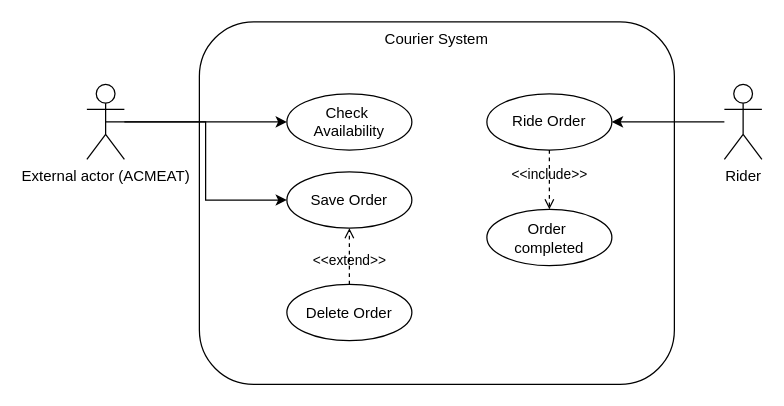
The draw.io diagram couriers/docs/UseCaseDiagram.drawio in romanellas24/ASMProject, before the edit. Source tidied: cells renumbered, new cells numbered last; positions are measured from the earlier drawing's top-left corner, leaving out a move shared by most shapes. Both pictures are drawn from the tidied source at 125%, with x=0, y=0 at pixel (86, 21).
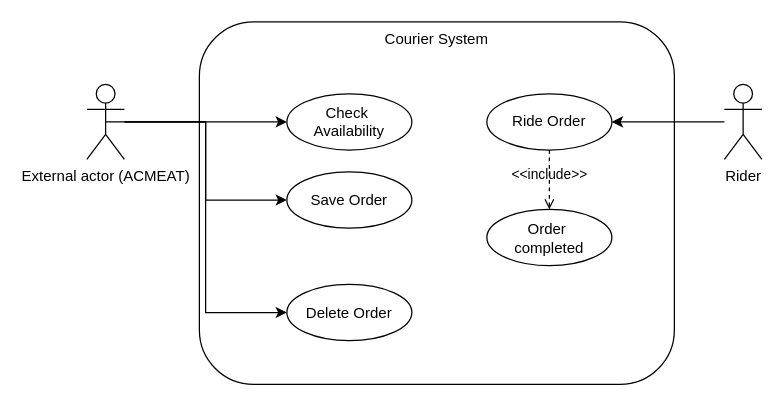
Above is the later version.

Change to the diagram source:
```diff
@@
 <mxGraphModel>
   <root>
     <mxCell id="0" />
     <mxCell id="1" parent="0" />
     <mxCell id="2" value="Courier System" style="rounded=1;whiteSpace=wrap;html=1;verticalAlign=top;" parent="1" vertex="1">
       <mxGeometry x="90" width="380" height="290" as="geometry" />
     </mxCell>
     <mxCell id="3" style="edgeStyle=orthogonalEdgeStyle;rounded=0;jettySize=auto;html=1;" parent="1" edge="1" source="5" target="6">
       <mxGeometry relative="1" as="geometry" />
     </mxCell>
     <mxCell id="4" style="edgeStyle=orthogonalEdgeStyle;rounded=0;jettySize=auto;html=1;exitX=0.5;exitY=0.5;exitDx=0;exitDy=0;exitPerimeter=0;entryX=0;entryY=0.5;entryDx=0;entryDy=0;" parent="1" edge="1" source="5" target="9">
       <mxGeometry relative="1" as="geometry" />
     </mxCell>
+    <mxCell id="15" style="edgeStyle=orthogonalEdgeStyle;rounded=0;jettySize=auto;html=1;entryX=0;entryY=0.5;entryDx=0;entryDy=0;" parent="1" edge="1" source="5" target="11">
+      <mxGeometry relative="1" as="geometry" />
+    </mxCell>
     <mxCell id="5" value="External actor (ACMEAT)" style="shape=umlActor;verticalLabelPosition=bottom;verticalAlign=top;html=1;" parent="1" vertex="1">
       <mxGeometry y="50" width="30" height="60" as="geometry" />
     </mxCell>
     <mxCell id="6" value="Check&amp;nbsp;&lt;div&gt;Availability&lt;/div&gt;" style="ellipse;whiteSpace=wrap;html=1;" parent="1" vertex="1">
       <mxGeometry x="160" y="57.5" width="100" height="45" as="geometry" />
     </mxCell>
     <mxCell id="7" style="edgeStyle=orthogonalEdgeStyle;rounded=0;jettySize=auto;html=1;entryX=1;entryY=0.5;entryDx=0;entryDy=0;" parent="1" edge="1" source="8" target="10">
       <mxGeometry relative="1" as="geometry" />
     </mxCell>
     <mxCell id="8" value="Rider" style="shape=umlActor;verticalLabelPosition=bottom;verticalAlign=top;html=1;" parent="1" vertex="1">
       <mxGeometry x="510" y="50" width="30" height="60" as="geometry" />
     </mxCell>
     <mxCell id="9" value="Save Order" style="ellipse;whiteSpace=wrap;html=1;" parent="1" vertex="1">
       <mxGeometry x="160" y="120" width="100" height="45" as="geometry" />
     </mxCell>
     <mxCell id="10" value="Ride Order" style="ellipse;whiteSpace=wrap;html=1;" parent="1" vertex="1">
       <mxGeometry x="320" y="57.5" width="100" height="45" as="geometry" />
     </mxCell>
     <mxCell id="11" value="Delete Order" style="ellipse;whiteSpace=wrap;html=1;" parent="1" vertex="1">
       <mxGeometry x="160" y="210" width="100" height="45" as="geometry" />
     </mxCell>
     <mxCell id="12" value="Order&amp;nbsp;&lt;div&gt;completed&lt;/div&gt;" style="ellipse;whiteSpace=wrap;html=1;" parent="1" vertex="1">
       <mxGeometry x="320" y="150" width="100" height="45" as="geometry" />
     </mxCell>
     <mxCell id="13" value="&amp;lt;&amp;lt;include&amp;gt;&amp;gt;" style="html=1;verticalAlign=bottom;labelBackgroundColor=none;endArrow=open;endFill=0;dashed=1;rounded=0;entryX=0.5;entryY=0;entryDx=0;entryDy=0;exitX=0.5;exitY=1;exitDx=0;exitDy=0;" parent="1" edge="1" source="10" target="12">
       <mxGeometry x="0.16" relative="1" as="geometry" />
     </mxCell>
-    <mxCell id="14" value="&amp;lt;&amp;lt;extend&amp;gt;&amp;gt;" style="html=1;verticalAlign=bottom;labelBackgroundColor=none;endArrow=open;endFill=0;dashed=1;rounded=0;exitX=0.5;exitY=0;exitDx=0;exitDy=0;entryX=0.5;entryY=1;entryDx=0;entryDy=0;" parent="1" edge="1" source="11" target="9">
-      <mxGeometry x="-0.56" relative="1" as="geometry" />
-    </mxCell>
   </root>
 </mxGraphModel>
```
